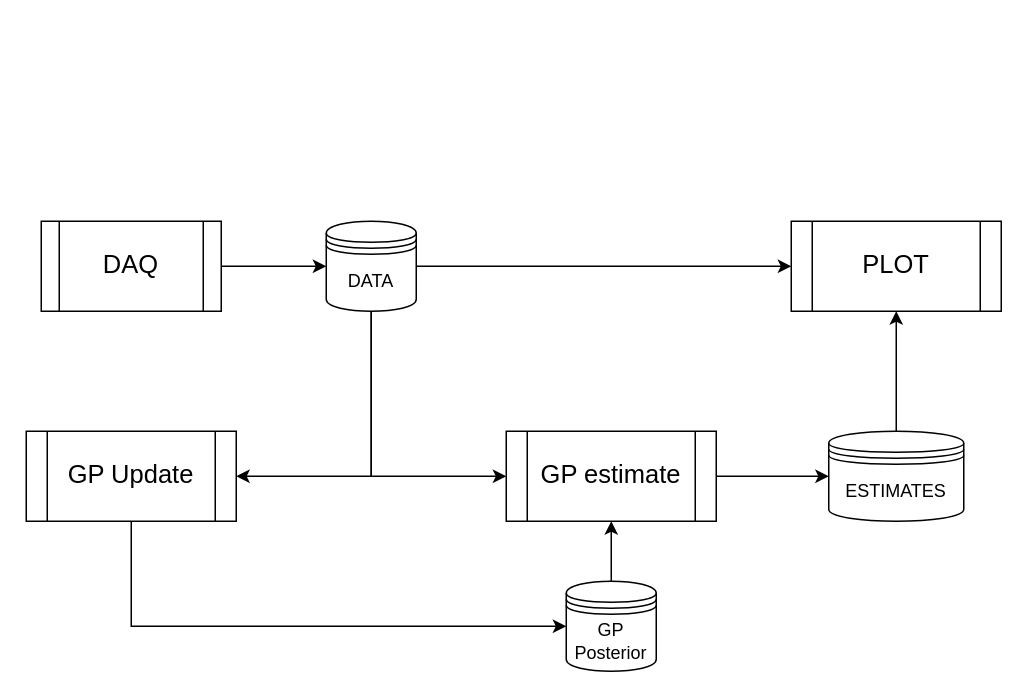
The draw.io diagram Final_Project/diagrams/data_flow.drawio in twilkening/ae8803, before the edit. Source tidied: cells renumbered, new cells numbered last; positions are measured from the earlier drawing's top-left corner, leaving out a move shared by most shapes. Both pictures are drawn from the tidied source at 150%, with x=0, y=0 at pixel (26, 220).
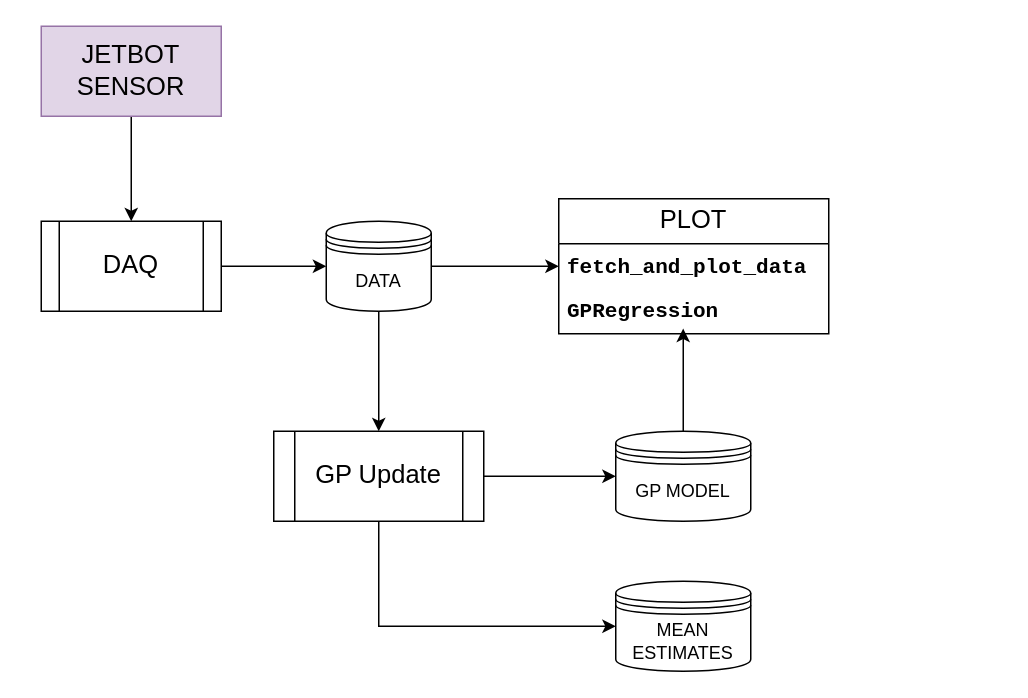
The same diagram, later.

Commit message (it also covers changes not shown here):
Final notebook started, added start & update model state files

The edit, as a diff of the source:
```diff
@@
 <mxGraphModel>
   <root>
     <mxCell id="0" />
     <mxCell id="1" parent="0" />
-    <mxCell id="2" style="edgeStyle=none;rounded=0;jettySize=auto;html=1;exitX=1;exitY=0.5;exitDx=0;exitDy=0;entryX=0;entryY=0.5;entryDx=0;entryDy=0;" parent="1" edge="1" source="3" target="11">
+    <mxCell id="2" style="edgeStyle=none;rounded=0;jettySize=auto;html=1;exitX=1;exitY=0.5;exitDx=0;exitDy=0;entryX=0;entryY=0.5;entryDx=0;entryDy=0;" parent="1" edge="1" source="3" target="17">
       <mxGeometry relative="1" as="geometry" />
     </mxCell>
     <mxCell id="3" value="DATA" style="shape=datastore;whiteSpace=wrap;html=1;" parent="1" vertex="1">
-      <mxGeometry x="200" width="60" height="60" as="geometry" />
+      <mxGeometry x="200" width="70" height="60" as="geometry" />
     </mxCell>
     <mxCell id="4" style="edgeStyle=none;rounded=0;jettySize=auto;html=1;exitX=1;exitY=0.5;exitDx=0;exitDy=0;entryX=0;entryY=0.5;entryDx=0;entryDy=0;" parent="1" edge="1" source="5" target="3">
       <mxGeometry relative="1" as="geometry" />
     </mxCell>
     <mxCell id="5" value="DAQ" style="shape=process;whiteSpace=wrap;html=1;backgroundOutline=1;fontSize=17;" parent="1" vertex="1">
       <mxGeometry x="10" width="120" height="60" as="geometry" />
     </mxCell>
-    <mxCell id="6" style="edgeStyle=none;rounded=0;jettySize=auto;html=1;exitX=1;exitY=0.5;exitDx=0;exitDy=0;" parent="1" edge="1" source="7" target="16">
+    <mxCell id="6" style="edgeStyle=orthogonalEdgeStyle;rounded=0;jettySize=auto;html=1;exitX=0.5;exitY=1;exitDx=0;exitDy=0;entryX=0;entryY=0.5;entryDx=0;entryDy=0;" parent="1" edge="1" source="13" target="16">
       <mxGeometry relative="1" as="geometry" />
     </mxCell>
-    <mxCell id="7" value="GP estimate" style="shape=process;whiteSpace=wrap;html=1;backgroundOutline=1;fontSize=17;" parent="1" vertex="1">
-      <mxGeometry x="320" y="140" width="140" height="60" as="geometry" />
-    </mxCell>
-    <mxCell id="8" style="edgeStyle=none;rounded=0;jettySize=auto;html=1;exitX=0.5;exitY=0;exitDx=0;exitDy=0;entryX=0.5;entryY=1;entryDx=0;entryDy=0;" parent="1" edge="1" source="9" target="7">
+    <mxCell id="8" style="edgeStyle=none;rounded=0;jettySize=auto;html=1;exitX=0.5;exitY=0;exitDx=0;exitDy=0;entryX=0.461;entryY=0.885;entryDx=0;entryDy=0;entryPerimeter=0;" parent="1" edge="1" source="9" target="18">
       <mxGeometry relative="1" as="geometry" />
     </mxCell>
-    <mxCell id="9" value="GP Posterior" style="shape=datastore;whiteSpace=wrap;html=1;" parent="1" vertex="1">
-      <mxGeometry x="360" y="240" width="60" height="60" as="geometry" />
+    <mxCell id="9" value="GP MODEL" style="shape=datastore;whiteSpace=wrap;html=1;" parent="1" vertex="1">
+      <mxGeometry x="393" y="140" width="90" height="60" as="geometry" />
     </mxCell>
-    <mxCell id="10" style="edgeStyle=orthogonalEdgeStyle;rounded=0;jettySize=auto;html=1;exitX=0.5;exitY=1;exitDx=0;exitDy=0;entryX=0;entryY=0.5;entryDx=0;entryDy=0;" parent="1" edge="1" source="3" target="7">
-      <mxGeometry relative="1" as="geometry" />
-    </mxCell>
-    <mxCell id="11" value="PLOT" style="shape=process;whiteSpace=wrap;html=1;backgroundOutline=1;fontSize=17;" parent="1" vertex="1">
-      <mxGeometry x="510" width="140" height="60" as="geometry" />
-    </mxCell>
-    <mxCell id="12" style="edgeStyle=orthogonalEdgeStyle;rounded=0;jettySize=auto;html=1;exitX=0.5;exitY=1;exitDx=0;exitDy=0;entryX=0;entryY=0.5;entryDx=0;entryDy=0;" parent="1" edge="1" source="13" target="9">
+    <mxCell id="12" style="edgeStyle=orthogonalEdgeStyle;rounded=0;jettySize=auto;html=1;exitX=1;exitY=0.5;exitDx=0;exitDy=0;entryX=0;entryY=0.5;entryDx=0;entryDy=0;" parent="1" edge="1" source="13" target="9">
       <mxGeometry relative="1" as="geometry" />
     </mxCell>
     <mxCell id="13" value="GP Update" style="shape=process;whiteSpace=wrap;html=1;backgroundOutline=1;fontSize=17;" parent="1" vertex="1">
-      <mxGeometry y="140" width="140" height="60" as="geometry" />
+      <mxGeometry x="165" y="140" width="140" height="60" as="geometry" />
     </mxCell>
-    <mxCell id="14" style="edgeStyle=orthogonalEdgeStyle;rounded=0;jettySize=auto;html=1;exitX=0.5;exitY=1;exitDx=0;exitDy=0;entryX=1;entryY=0.5;entryDx=0;entryDy=0;jumpStyle=arc;" parent="1" edge="1" source="3" target="13">
+    <mxCell id="14" style="edgeStyle=orthogonalEdgeStyle;rounded=0;jettySize=auto;html=1;exitX=0.5;exitY=1;exitDx=0;exitDy=0;entryX=0.5;entryY=0;entryDx=0;entryDy=0;jumpStyle=arc;" parent="1" edge="1" source="3" target="13">
       <mxGeometry relative="1" as="geometry" />
     </mxCell>
-    <mxCell id="15" style="edgeStyle=none;rounded=0;jettySize=auto;html=1;exitX=0.5;exitY=0;exitDx=0;exitDy=0;entryX=0.5;entryY=1;entryDx=0;entryDy=0;" parent="1" edge="1" source="16" target="11">
-      <mxGeometry relative="1" as="geometry" />
-    </mxCell>
-    <mxCell id="16" value="ESTIMATES" style="shape=datastore;whiteSpace=wrap;html=1;" parent="1" vertex="1">
-      <mxGeometry x="535" y="140" width="90" height="60" as="geometry" />
+    <mxCell id="16" value="MEAN ESTIMATES" style="shape=datastore;whiteSpace=wrap;html=1;" parent="1" vertex="1">
+      <mxGeometry x="393" y="240" width="90" height="60" as="geometry" />
     </mxCell>
+    <mxCell id="11" value="&lt;font style=&quot;font-size: 17px;&quot;&gt;PLOT&lt;/font&gt;" style="swimlane;fontStyle=0;horizontal=1;startSize=30;whiteSpace=wrap;html=1;" parent="1" vertex="1">
+      <mxGeometry x="355" y="-15" width="180" height="90" as="geometry" />
+    </mxCell>
+    <mxCell id="17" value="&lt;div style=&quot;font-size: 14px; line-height: 19px; white-space: pre;&quot;&gt;&lt;font style=&quot;&quot; face=&quot;Courier New&quot;&gt;&lt;b&gt;fetch_and_plot_data&lt;/b&gt;&lt;/font&gt;&lt;/div&gt;" style="text;strokeColor=none;fillColor=none;align=left;verticalAlign=middle;spacingLeft=4;spacingRight=4;overflow=hidden;points=[[0,0.5],[1,0.5]];portConstraint=eastwest;whiteSpace=wrap;html=1;" parent="11" vertex="1">
+      <mxGeometry y="30" width="180" height="30" as="geometry" />
+    </mxCell>
+    <mxCell id="18" value="&lt;b style=&quot;font-family: &amp;quot;Courier New&amp;quot;; font-size: 14px; white-space: pre;&quot;&gt;GPRegression&lt;/b&gt;" style="text;strokeColor=none;fillColor=none;align=left;verticalAlign=middle;spacingLeft=4;spacingRight=4;overflow=hidden;points=[[0,0.5],[1,0.5]];portConstraint=eastwest;whiteSpace=wrap;html=1;" parent="11" vertex="1">
+      <mxGeometry y="60" width="180" height="30" as="geometry" />
+    </mxCell>
+    <mxCell id="19" style="edgeStyle=orthogonalEdgeStyle;rounded=0;jettySize=auto;html=1;" parent="1" edge="1" source="20" target="5">
+      <mxGeometry relative="1" as="geometry" />
+    </mxCell>
+    <mxCell id="20" value="JETBOT SENSOR" style="rounded=0;whiteSpace=wrap;html=1;fontSize=17;fillColor=#e1d5e7;strokeColor=#9673a6;" parent="1" vertex="1">
+      <mxGeometry x="10" y="-130" width="120" height="60" as="geometry" />
+    </mxCell>
   </root>
 </mxGraphModel>
```
